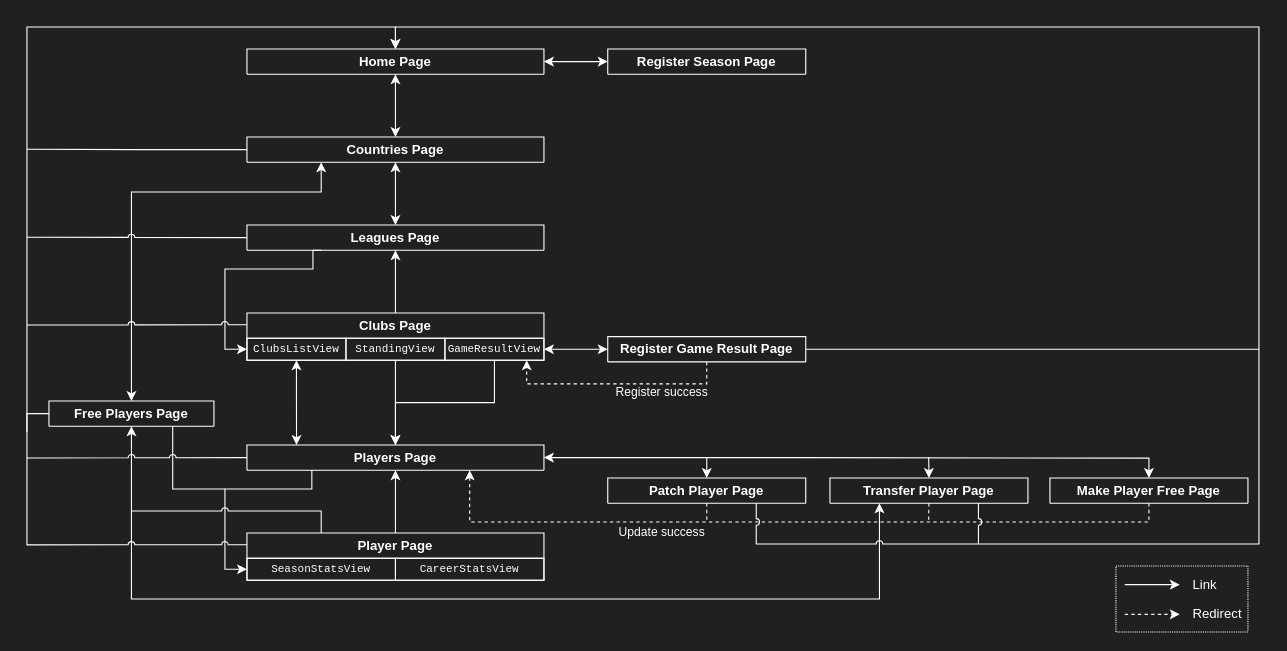
Earlier version of the draw.io diagram docs/PageTransitionDiagram.drawio (AijiY/StatsManagement_react). Source tidied: cells renumbered, new cells numbered last; positions are measured from the earlier drawing's top-left corner, leaving out a move shared by most shapes. Both pictures are drawn from the tidied source at 110%, with x=0, y=0 at pixel (26, 26).
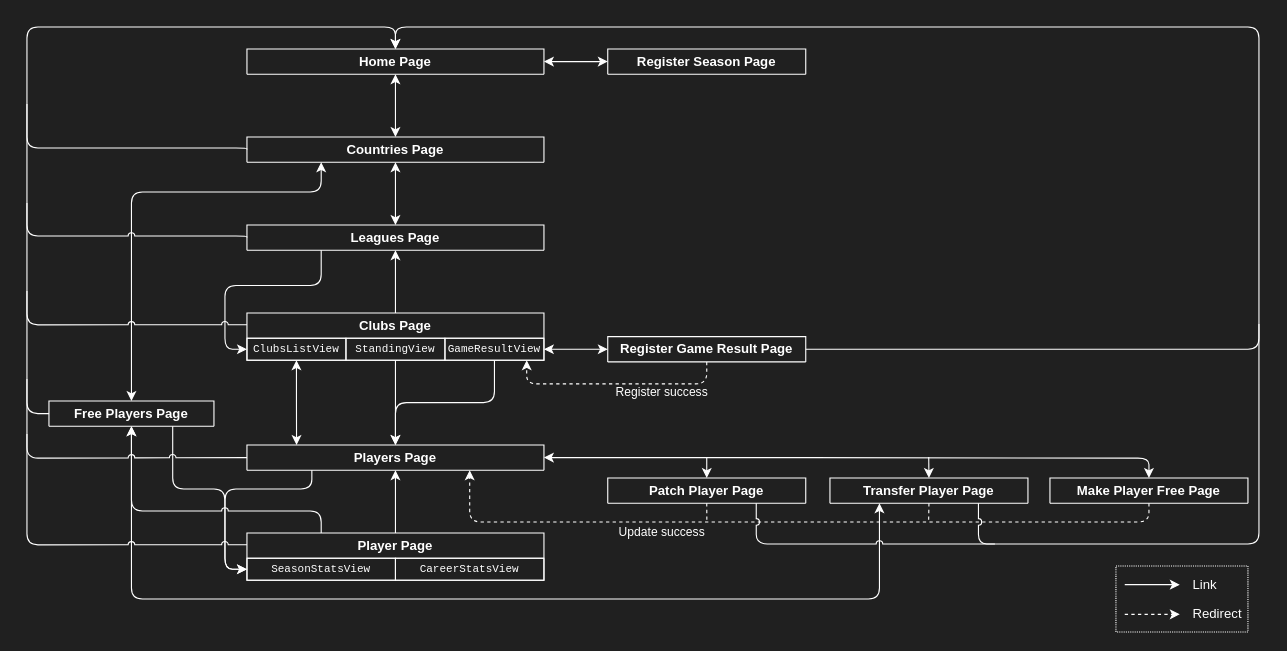
The same page after the edit.

Commit message (it also covers changes not shown here):
修正：ページ遷移図の角を丸に

Unchanged cells that the change refers to:
```xml
<mxCell id="4" value="Clubs Page" style="swimlane;whiteSpace=wrap;html=1;fillColor=none;fontColor=#ffffff;strokeColor=#ffffff;" parent="1" vertex="1">
  <mxGeometry x="200" y="260" width="270" height="43" as="geometry" />
</mxCell>
<mxCell id="5" value="&lt;div style=&quot;font-family: Consolas, &amp;quot;Courier New&amp;quot;, monospace; font-size: 10px; line-height: 100%; white-space: pre;&quot;&gt;&lt;span style=&quot;font-size: 10px;&quot;&gt;ClubsListView&lt;/span&gt;&lt;/div&gt;" style="rounded=0;whiteSpace=wrap;html=1;strokeWidth=1;fontSize=10;fontColor=#ffffff;fillColor=none;labelBackgroundColor=none;strokeColor=#ffffff;" parent="4" vertex="1">
  <mxGeometry y="23" width="90" height="20" as="geometry" />
</mxCell>
<mxCell id="7" value="&lt;div style=&quot;font-family: Consolas, &amp;quot;Courier New&amp;quot;, monospace; font-size: 10px; line-height: 100%; white-space: pre;&quot;&gt;&lt;span style=&quot;font-size: 10px;&quot;&gt;GameResultView&lt;/span&gt;&lt;/div&gt;" style="rounded=0;whiteSpace=wrap;html=1;strokeWidth=1;fontSize=10;fontColor=#ffffff;fillColor=none;labelBackgroundColor=none;strokeColor=#ffffff;" parent="4" vertex="1">
  <mxGeometry x="180" y="23" width="90" height="20" as="geometry" />
</mxCell>
<mxCell id="10" value="Home Page" style="swimlane;whiteSpace=wrap;html=1;fillColor=none;fontColor=#ffffff;strokeColor=#ffffff;" parent="1" vertex="1">
  <mxGeometry x="200" y="20" width="270" height="23" as="geometry" />
</mxCell>
<mxCell id="13" value="Countries Page" style="swimlane;whiteSpace=wrap;html=1;fillColor=none;fontColor=#ffffff;strokeColor=#ffffff;" parent="1" vertex="1">
  <mxGeometry x="200" y="100" width="270" height="23" as="geometry" />
</mxCell>
<mxCell id="16" value="Leagues Page" style="swimlane;whiteSpace=wrap;html=1;fillColor=none;fontColor=#ffffff;strokeColor=#ffffff;" parent="1" vertex="1">
  <mxGeometry x="200" y="180" width="270" height="23" as="geometry" />
</mxCell>
<mxCell id="17" value="Register Game Result Page" style="swimlane;whiteSpace=wrap;html=1;fillColor=none;fontColor=#ffffff;strokeColor=#ffffff;" parent="1" vertex="1">
  <mxGeometry x="528" y="281.5" width="180" height="23" as="geometry" />
</mxCell>
<mxCell id="20" value="Players Page" style="swimlane;whiteSpace=wrap;html=1;fillColor=none;fontColor=#ffffff;strokeColor=#ffffff;" parent="1" vertex="1">
  <mxGeometry x="200" y="380" width="270" height="23" as="geometry" />
</mxCell>
<mxCell id="24" value="Player Page" style="swimlane;whiteSpace=wrap;html=1;fillColor=none;fontColor=#ffffff;strokeColor=#ffffff;labelBackgroundColor=none;" parent="1" vertex="1">
  <mxGeometry x="200" y="460" width="270" height="43" as="geometry" />
</mxCell>
<mxCell id="25" value="&lt;div style=&quot;font-family: Consolas, &amp;quot;Courier New&amp;quot;, monospace; font-size: 10px; line-height: 100%; white-space: pre;&quot;&gt;&lt;span style=&quot;&quot;&gt;SeasonStatsView&lt;/span&gt;&lt;/div&gt;" style="rounded=0;whiteSpace=wrap;html=1;strokeWidth=1;fontSize=10;fontColor=#ffffff;fillColor=none;labelBackgroundColor=none;strokeColor=#ffffff;" parent="24" vertex="1">
  <mxGeometry y="23" width="135" height="20" as="geometry" />
</mxCell>
<mxCell id="37" value="Patch Player Page" style="swimlane;whiteSpace=wrap;html=1;fillColor=none;fontColor=#ffffff;strokeColor=#ffffff;" parent="1" vertex="1">
  <mxGeometry x="528" y="410" width="180" height="23" as="geometry" />
</mxCell>
<mxCell id="38" value="Make Player Free Page" style="swimlane;whiteSpace=wrap;html=1;fillColor=none;fontColor=#ffffff;strokeColor=#ffffff;" parent="1" vertex="1">
  <mxGeometry x="930" y="410" width="180" height="23" as="geometry" />
</mxCell>
<mxCell id="41" value="Transfer Player Page" style="swimlane;whiteSpace=wrap;html=1;fillColor=none;fontColor=#ffffff;strokeColor=#ffffff;" parent="1" vertex="1">
  <mxGeometry x="730" y="410" width="180" height="23" as="geometry" />
</mxCell>
<mxCell id="46" value="Free Players Page" style="swimlane;whiteSpace=wrap;html=1;fillColor=none;fontColor=#ffffff;strokeColor=#ffffff;" parent="1" vertex="1">
  <mxGeometry x="20" y="340" width="150" height="23" as="geometry" />
</mxCell>
```

Change to the diagram source:
```diff
@@
-    <mxCell id="2" style="edgeStyle=orthogonalEdgeStyle;shape=connector;rounded=0;jettySize=auto;html=1;exitX=0.5;exitY=1;exitDx=0;exitDy=0;entryX=0.25;entryY=1;entryDx=0;entryDy=0;strokeColor=#ffffff;align=center;verticalAlign=middle;fontFamily=Helvetica;fontSize=11;fontColor=#ffffff;labelBackgroundColor=default;startArrow=classic;startFill=1;endArrow=classic;endFill=1;" parent="1" edge="1" source="46" target="41">
+    <mxCell id="2" style="edgeStyle=orthogonalEdgeStyle;shape=connector;rounded=1;jettySize=auto;html=1;exitX=0.5;exitY=1;exitDx=0;exitDy=0;entryX=0.25;entryY=1;entryDx=0;entryDy=0;strokeColor=#ffffff;align=center;verticalAlign=middle;fontFamily=Helvetica;fontSize=11;fontColor=#ffffff;labelBackgroundColor=default;startArrow=classic;startFill=1;endArrow=classic;endFill=1;curved=0;" parent="1" edge="1" source="46" target="41">
       <mxGeometry relative="1" as="geometry">
         <Array as="points">
           <mxPoint x="95" y="520" />
           <mxPoint x="775" y="520" />
         </Array>
       </mxGeometry>
     </mxCell>
-    <mxCell id="3" style="edgeStyle=orthogonalEdgeStyle;shape=connector;rounded=0;jettySize=auto;html=1;exitX=0.25;exitY=1;exitDx=0;exitDy=0;entryX=0.5;entryY=0;entryDx=0;entryDy=0;strokeColor=#ffffff;align=center;verticalAlign=middle;fontFamily=Helvetica;fontSize=11;fontColor=#ffffff;labelBackgroundColor=default;startArrow=classic;startFill=1;endArrow=classic;endFill=1;" parent="1" edge="1" source="13" target="46">
+    <mxCell id="3" style="edgeStyle=orthogonalEdgeStyle;shape=connector;rounded=1;jettySize=auto;html=1;exitX=0.25;exitY=1;exitDx=0;exitDy=0;entryX=0.5;entryY=0;entryDx=0;entryDy=0;strokeColor=#ffffff;align=center;verticalAlign=middle;fontFamily=Helvetica;fontSize=11;fontColor=#ffffff;labelBackgroundColor=default;startArrow=classic;startFill=1;endArrow=classic;endFill=1;curved=0;" parent="1" edge="1" source="13" target="46">
       <mxGeometry relative="1" as="geometry">
         <Array as="points">
           <mxPoint x="268" y="150" />
           <mxPoint x="95" y="150" />
         </Array>
       </mxGeometry>
     </mxCell>
@@
-    <mxCell id="14" style="edgeStyle=orthogonalEdgeStyle;rounded=0;jettySize=auto;html=1;exitX=0.25;exitY=1;exitDx=0;exitDy=0;entryX=0;entryY=0.5;entryDx=0;entryDy=0;strokeColor=#ffffff;fontColor=#ffffff;" parent="1" edge="1" source="16" target="5">
+    <mxCell id="14" style="edgeStyle=orthogonalEdgeStyle;rounded=1;jettySize=auto;html=1;exitX=0.25;exitY=1;exitDx=0;exitDy=0;entryX=0;entryY=0.5;entryDx=0;entryDy=0;strokeColor=#ffffff;fontColor=#ffffff;curved=0;" parent="1" edge="1" source="16" target="5">
       <mxGeometry relative="1" as="geometry">
         <Array as="points">
-          <mxPoint x="260" y="203" />
-          <mxPoint x="260" y="220" />
-          <mxPoint x="180" y="220" />
+          <mxPoint x="268" y="235" />
+          <mxPoint x="180" y="235" />
           <mxPoint x="180" y="293" />
         </Array>
       </mxGeometry>
     </mxCell>
@@
-    <mxCell id="18" style="edgeStyle=orthogonalEdgeStyle;rounded=0;jettySize=auto;html=1;entryX=0;entryY=0.5;entryDx=0;entryDy=0;strokeColor=#ffffff;fontColor=#ffffff;" parent="1" edge="1" target="25">
+    <mxCell id="18" style="edgeStyle=orthogonalEdgeStyle;rounded=1;jettySize=auto;html=1;entryX=0;entryY=0.5;entryDx=0;entryDy=0;strokeColor=#ffffff;fontColor=#ffffff;curved=0;" parent="1" edge="1" target="25">
       <mxGeometry relative="1" as="geometry">
         <mxPoint x="259" y="403" as="sourcePoint" />
         <Array as="points">
           <mxPoint x="259" y="420" />
           <mxPoint x="180" y="420" />
           <mxPoint x="180" y="493" />
         </Array>
       </mxGeometry>
     </mxCell>
-    <mxCell id="19" style="edgeStyle=orthogonalEdgeStyle;shape=connector;rounded=0;jettySize=auto;html=1;exitX=1;exitY=0.5;exitDx=0;exitDy=0;entryX=0.5;entryY=0;entryDx=0;entryDy=0;strokeColor=#ffffff;align=center;verticalAlign=middle;fontFamily=Helvetica;fontSize=11;fontColor=#ffffff;labelBackgroundColor=default;startArrow=classic;startFill=1;endArrow=classic;endFill=1;" parent="1" edge="1" source="20" target="38">
+    <mxCell id="19" style="edgeStyle=orthogonalEdgeStyle;shape=connector;rounded=1;jettySize=auto;html=1;exitX=1;exitY=0.5;exitDx=0;exitDy=0;entryX=0.5;entryY=0;entryDx=0;entryDy=0;strokeColor=#ffffff;align=center;verticalAlign=middle;fontFamily=Helvetica;fontSize=11;fontColor=#ffffff;labelBackgroundColor=default;startArrow=classic;startFill=1;endArrow=classic;endFill=1;curved=0;" parent="1" edge="1" source="20" target="38">
       <mxGeometry relative="1" as="geometry">
         <Array as="points">
           <mxPoint x="700" y="391" />
           <mxPoint x="1020" y="392" />
         </Array>
       </mxGeometry>
     </mxCell>
@@
-    <mxCell id="21" style="edgeStyle=orthogonalEdgeStyle;rounded=0;jettySize=auto;html=1;exitX=0;exitY=0.25;exitDx=0;exitDy=0;entryX=0.5;entryY=0;entryDx=0;entryDy=0;jumpStyle=arc;strokeColor=#ffffff;fontColor=#ffffff;" parent="1" edge="1" source="24" target="10">
+    <mxCell id="21" style="edgeStyle=orthogonalEdgeStyle;rounded=1;jettySize=auto;html=1;exitX=0;exitY=0.25;exitDx=0;exitDy=0;entryX=0.5;entryY=0;entryDx=0;entryDy=0;jumpStyle=arc;strokeColor=#ffffff;fontColor=#ffffff;curved=0;" parent="1" edge="1" source="24" target="10">
       <mxGeometry relative="1" as="geometry">
         <Array as="points">
           <mxPoint y="471" />
           <mxPoint />
           <mxPoint x="335" />
         </Array>
       </mxGeometry>
     </mxCell>
@@
-    <mxCell id="23" style="edgeStyle=orthogonalEdgeStyle;shape=connector;rounded=0;jettySize=auto;html=1;exitX=0.25;exitY=0;exitDx=0;exitDy=0;strokeColor=#ffffff;align=center;verticalAlign=middle;fontFamily=Helvetica;fontSize=11;fontColor=#ffffff;labelBackgroundColor=default;startArrow=none;startFill=0;endArrow=none;endFill=0;jumpStyle=arc;" parent="1" edge="1" source="24">
-      <mxGeometry relative="1" as="geometry">
-        <mxPoint x="95" y="440" as="targetPoint" />
-        <Array as="points">
-          <mxPoint x="268" y="440" />
-        </Array>
-      </mxGeometry>
-    </mxCell>
@@
-    <mxCell id="27" style="edgeStyle=orthogonalEdgeStyle;rounded=0;jettySize=auto;html=1;exitX=0.5;exitY=1;exitDx=0;exitDy=0;entryX=0.826;entryY=1.002;entryDx=0;entryDy=0;entryPerimeter=0;strokeColor=#ffffff;fontColor=#ffffff;dashed=1;" parent="1" edge="1" source="17" target="7">
+    <mxCell id="27" style="edgeStyle=orthogonalEdgeStyle;rounded=1;jettySize=auto;html=1;exitX=0.5;exitY=1;exitDx=0;exitDy=0;entryX=0.826;entryY=1.002;entryDx=0;entryDy=0;entryPerimeter=0;strokeColor=#ffffff;fontColor=#ffffff;dashed=1;curved=0;" parent="1" edge="1" source="17" target="7">
       <mxGeometry relative="1" as="geometry" />
     </mxCell>
@@
-    <mxCell id="43" style="edgeStyle=orthogonalEdgeStyle;shape=connector;rounded=0;jettySize=auto;html=1;exitX=0.5;exitY=1;exitDx=0;exitDy=0;entryX=0.5;entryY=0;entryDx=0;entryDy=0;strokeColor=#ffffff;align=center;verticalAlign=middle;fontFamily=Helvetica;fontSize=11;fontColor=#ffffff;labelBackgroundColor=none;endArrow=classic;" parent="1" edge="1" source="7" target="20">
+    <mxCell id="43" style="edgeStyle=orthogonalEdgeStyle;shape=connector;rounded=1;jettySize=auto;html=1;exitX=0.5;exitY=1;exitDx=0;exitDy=0;entryX=0.5;entryY=0;entryDx=0;entryDy=0;strokeColor=#ffffff;align=center;verticalAlign=middle;fontFamily=Helvetica;fontSize=11;fontColor=#ffffff;labelBackgroundColor=none;endArrow=classic;curved=0;" parent="1" edge="1" source="7" target="20">
       <mxGeometry relative="1" as="geometry" />
     </mxCell>
-    <mxCell id="44" style="edgeStyle=orthogonalEdgeStyle;shape=connector;rounded=0;jettySize=auto;html=1;exitX=0;exitY=0.5;exitDx=0;exitDy=0;strokeColor=#ffffff;align=center;verticalAlign=middle;fontFamily=Helvetica;fontSize=11;fontColor=#ffffff;labelBackgroundColor=default;startArrow=none;startFill=0;endArrow=none;endFill=0;" parent="1" edge="1" source="46">
+    <mxCell id="44" style="edgeStyle=orthogonalEdgeStyle;shape=connector;rounded=1;jettySize=auto;html=1;exitX=0;exitY=0.5;exitDx=0;exitDy=0;strokeColor=#ffffff;align=center;verticalAlign=middle;fontFamily=Helvetica;fontSize=11;fontColor=#ffffff;labelBackgroundColor=default;startArrow=none;startFill=0;endArrow=none;endFill=0;curved=0;" parent="1" edge="1" source="46">
       <mxGeometry relative="1" as="geometry">
-        <mxPoint y="368.3" as="targetPoint" />
+        <mxPoint y="320" as="targetPoint" />
       </mxGeometry>
     </mxCell>
-    <mxCell id="45" style="edgeStyle=orthogonalEdgeStyle;shape=connector;rounded=0;jettySize=auto;html=1;exitX=0.75;exitY=1;exitDx=0;exitDy=0;strokeColor=#ffffff;align=center;verticalAlign=middle;fontFamily=Helvetica;fontSize=11;fontColor=#ffffff;labelBackgroundColor=default;startArrow=none;startFill=0;endArrow=none;endFill=0;" parent="1" edge="1" source="46">
-      <mxGeometry relative="1" as="geometry">
-        <mxPoint x="180" y="420" as="targetPoint" />
-        <Array as="points">
-          <mxPoint x="133" y="420" />
-        </Array>
-      </mxGeometry>
-    </mxCell>
+    <mxCell id="57" style="edgeStyle=orthogonalEdgeStyle;rounded=1;jettySize=auto;html=1;exitX=0.75;exitY=1;exitDx=0;exitDy=0;entryX=0;entryY=0.5;entryDx=0;entryDy=0;strokeColor=#ffffff;curved=0;" parent="1" edge="1" source="46" target="25">
+      <mxGeometry relative="1" as="geometry">
+        <Array as="points">
+          <mxPoint x="133" y="420" />
+          <mxPoint x="180" y="420" />
+          <mxPoint x="180" y="493" />
+        </Array>
+      </mxGeometry>
+    </mxCell>
+    <mxCell id="58" style="edgeStyle=orthogonalEdgeStyle;rounded=1;jettySize=auto;html=1;exitX=0.5;exitY=1;exitDx=0;exitDy=0;entryX=0.25;entryY=0;entryDx=0;entryDy=0;strokeColor=#ffffff;curved=0;endArrow=none;endFill=0;startArrow=classic;startFill=1;jumpStyle=arc;" parent="1" edge="1" source="46" target="24">
+      <mxGeometry relative="1" as="geometry">
+        <Array as="points">
+          <mxPoint x="95" y="440" />
+          <mxPoint x="268" y="440" />
+        </Array>
+      </mxGeometry>
+    </mxCell>
@@
-    <mxCell id="47" style="edgeStyle=orthogonalEdgeStyle;shape=connector;rounded=0;jettySize=auto;html=1;exitX=0.5;exitY=1;exitDx=0;exitDy=0;entryX=0.75;entryY=1;entryDx=0;entryDy=0;strokeColor=#ffffff;align=center;verticalAlign=middle;fontFamily=Helvetica;fontSize=11;fontColor=#ffffff;labelBackgroundColor=default;startArrow=none;startFill=0;endArrow=classic;endFill=1;dashed=1;" parent="1" edge="1" source="38" target="20">
+    <mxCell id="47" style="edgeStyle=orthogonalEdgeStyle;shape=connector;rounded=1;jettySize=auto;html=1;exitX=0.5;exitY=1;exitDx=0;exitDy=0;entryX=0.75;entryY=1;entryDx=0;entryDy=0;strokeColor=#ffffff;align=center;verticalAlign=middle;fontFamily=Helvetica;fontSize=11;fontColor=#ffffff;labelBackgroundColor=default;startArrow=none;startFill=0;endArrow=classic;endFill=1;dashed=1;curved=0;" parent="1" edge="1" source="38" target="20">
       <mxGeometry relative="1" as="geometry">
         <Array as="points">
           <mxPoint x="1020" y="450" />
           <mxPoint x="402" y="450" />
         </Array>
       </mxGeometry>
     </mxCell>
@@
-    <mxCell id="50" style="edgeStyle=orthogonalEdgeStyle;shape=connector;rounded=0;jettySize=auto;html=1;exitX=0;exitY=0.5;exitDx=0;exitDy=0;strokeColor=#ffffff;align=center;verticalAlign=middle;fontFamily=Helvetica;fontSize=11;fontColor=#ffffff;labelBackgroundColor=default;startArrow=none;startFill=0;endArrow=none;endFill=0;" parent="1" edge="1" source="13">
+    <mxCell id="50" style="edgeStyle=orthogonalEdgeStyle;shape=connector;rounded=1;jettySize=auto;html=1;exitX=0;exitY=0.5;exitDx=0;exitDy=0;strokeColor=#ffffff;align=center;verticalAlign=middle;fontFamily=Helvetica;fontSize=11;fontColor=#ffffff;labelBackgroundColor=default;startArrow=none;startFill=0;endArrow=none;endFill=0;curved=0;" parent="1" edge="1" source="13">
       <mxGeometry relative="1" as="geometry">
-        <mxPoint y="111.2" as="targetPoint" />
+        <mxPoint y="70" as="targetPoint" />
+        <Array as="points">
+          <mxPoint y="110" />
+        </Array>
       </mxGeometry>
     </mxCell>
-    <mxCell id="51" style="edgeStyle=orthogonalEdgeStyle;shape=connector;rounded=0;jettySize=auto;html=1;exitX=0;exitY=0.5;exitDx=0;exitDy=0;strokeColor=#ffffff;align=center;verticalAlign=middle;fontFamily=Helvetica;fontSize=11;fontColor=#ffffff;labelBackgroundColor=default;startArrow=none;startFill=0;endArrow=none;endFill=0;jumpStyle=arc;" parent="1" edge="1" source="16">
+    <mxCell id="51" style="edgeStyle=orthogonalEdgeStyle;shape=connector;rounded=1;jettySize=auto;html=1;exitX=0;exitY=0.5;exitDx=0;exitDy=0;strokeColor=#ffffff;align=center;verticalAlign=middle;fontFamily=Helvetica;fontSize=11;fontColor=#ffffff;labelBackgroundColor=default;startArrow=none;startFill=0;endArrow=none;endFill=0;jumpStyle=arc;curved=0;" parent="1" edge="1" source="16">
       <mxGeometry relative="1" as="geometry">
-        <mxPoint y="191.2" as="targetPoint" />
+        <mxPoint y="160" as="targetPoint" />
+        <Array as="points">
+          <mxPoint x="200" y="190" />
+          <mxPoint y="190" />
+        </Array>
       </mxGeometry>
     </mxCell>
-    <mxCell id="52" style="edgeStyle=orthogonalEdgeStyle;shape=connector;rounded=0;jettySize=auto;html=1;exitX=0;exitY=0.25;exitDx=0;exitDy=0;strokeColor=#ffffff;align=center;verticalAlign=middle;fontFamily=Helvetica;fontSize=11;fontColor=#ffffff;labelBackgroundColor=default;startArrow=none;startFill=0;endArrow=none;endFill=0;jumpStyle=arc;" parent="1" edge="1" source="4">
+    <mxCell id="52" style="edgeStyle=orthogonalEdgeStyle;shape=connector;rounded=1;jettySize=auto;html=1;exitX=0;exitY=0.25;exitDx=0;exitDy=0;strokeColor=#ffffff;align=center;verticalAlign=middle;fontFamily=Helvetica;fontSize=11;fontColor=#ffffff;labelBackgroundColor=default;startArrow=none;startFill=0;endArrow=none;endFill=0;jumpStyle=arc;curved=0;" parent="1" edge="1" source="4">
       <mxGeometry relative="1" as="geometry">
-        <mxPoint y="270.9" as="targetPoint" />
+        <mxPoint y="240" as="targetPoint" />
+        <Array as="points">
+          <mxPoint y="271" />
+        </Array>
       </mxGeometry>
     </mxCell>
-    <mxCell id="53" style="edgeStyle=orthogonalEdgeStyle;shape=connector;rounded=0;jettySize=auto;html=1;exitX=0;exitY=0.5;exitDx=0;exitDy=0;strokeColor=#ffffff;align=center;verticalAlign=middle;fontFamily=Helvetica;fontSize=11;fontColor=#ffffff;labelBackgroundColor=default;startArrow=none;startFill=0;endArrow=none;endFill=0;jumpStyle=arc;" parent="1" edge="1" source="20">
+    <mxCell id="53" style="edgeStyle=orthogonalEdgeStyle;shape=connector;rounded=1;jettySize=auto;html=1;exitX=0;exitY=0.5;exitDx=0;exitDy=0;strokeColor=#ffffff;align=center;verticalAlign=middle;fontFamily=Helvetica;fontSize=11;fontColor=#ffffff;labelBackgroundColor=default;startArrow=none;startFill=0;endArrow=none;endFill=0;jumpStyle=arc;curved=0;" parent="1" edge="1" source="20">
       <mxGeometry relative="1" as="geometry">
-        <mxPoint y="391.8" as="targetPoint" />
+        <mxPoint y="370" as="targetPoint" />
+        <Array as="points">
+          <mxPoint x="101" y="392" />
+          <mxPoint y="392" />
+        </Array>
       </mxGeometry>
     </mxCell>
-    <mxCell id="54" style="edgeStyle=orthogonalEdgeStyle;shape=connector;rounded=0;jettySize=auto;html=1;exitX=0.75;exitY=1;exitDx=0;exitDy=0;entryX=0.5;entryY=0;entryDx=0;entryDy=0;strokeColor=#ffffff;align=center;verticalAlign=middle;fontFamily=Helvetica;fontSize=11;fontColor=#ffffff;labelBackgroundColor=default;startArrow=none;startFill=0;endArrow=classic;endFill=1;jumpStyle=arc;" parent="1" edge="1" source="37" target="10">
+    <mxCell id="54" style="edgeStyle=orthogonalEdgeStyle;shape=connector;rounded=1;jettySize=auto;html=1;exitX=0.75;exitY=1;exitDx=0;exitDy=0;entryX=0.5;entryY=0;entryDx=0;entryDy=0;strokeColor=#ffffff;align=center;verticalAlign=middle;fontFamily=Helvetica;fontSize=11;fontColor=#ffffff;labelBackgroundColor=default;startArrow=none;startFill=0;endArrow=classic;endFill=1;jumpStyle=arc;curved=0;" parent="1" edge="1" source="37" target="10">
       <mxGeometry relative="1" as="geometry">
         <Array as="points">
           <mxPoint x="663" y="470" />
           <mxPoint x="1120" y="470" />
           <mxPoint x="1120" />
           <mxPoint x="335" />
         </Array>
       </mxGeometry>
     </mxCell>
-    <mxCell id="55" style="edgeStyle=orthogonalEdgeStyle;shape=connector;rounded=0;jettySize=auto;html=1;exitX=1;exitY=0.5;exitDx=0;exitDy=0;strokeColor=#ffffff;align=center;verticalAlign=middle;fontFamily=Helvetica;fontSize=11;fontColor=#ffffff;labelBackgroundColor=default;startArrow=none;startFill=0;endArrow=none;endFill=0;" parent="1" edge="1" source="17">
+    <mxCell id="55" style="edgeStyle=orthogonalEdgeStyle;shape=connector;rounded=1;jettySize=auto;html=1;exitX=1;exitY=0.5;exitDx=0;exitDy=0;strokeColor=#ffffff;align=center;verticalAlign=middle;fontFamily=Helvetica;fontSize=11;fontColor=#ffffff;labelBackgroundColor=default;startArrow=none;startFill=0;endArrow=none;endFill=0;curved=0;" parent="1" edge="1" source="17">
       <mxGeometry relative="1" as="geometry">
-        <mxPoint x="1120" y="293" as="targetPoint" />
+        <mxPoint x="1120" y="270" as="targetPoint" />
+        <Array as="points">
+          <mxPoint x="1120" y="293" />
+        </Array>
       </mxGeometry>
     </mxCell>
-    <mxCell id="56" style="edgeStyle=orthogonalEdgeStyle;shape=connector;rounded=0;jettySize=auto;html=1;exitX=0.75;exitY=1;exitDx=0;exitDy=0;strokeColor=#ffffff;align=center;verticalAlign=middle;fontFamily=Helvetica;fontSize=11;fontColor=#ffffff;labelBackgroundColor=default;startArrow=none;startFill=0;endArrow=none;endFill=0;jumpStyle=arc;" parent="1" edge="1" source="41">
+    <mxCell id="56" style="edgeStyle=orthogonalEdgeStyle;shape=connector;rounded=1;jettySize=auto;html=1;exitX=0.75;exitY=1;exitDx=0;exitDy=0;strokeColor=#ffffff;align=center;verticalAlign=middle;fontFamily=Helvetica;fontSize=11;fontColor=#ffffff;labelBackgroundColor=default;startArrow=none;startFill=0;endArrow=none;endFill=0;jumpStyle=arc;curved=0;" parent="1" edge="1" source="41">
       <mxGeometry relative="1" as="geometry">
-        <mxPoint x="865" y="470" as="targetPoint" />
+        <mxPoint x="880" y="470" as="targetPoint" />
+        <Array as="points">
+          <mxPoint x="865" y="470" />
+        </Array>
       </mxGeometry>
     </mxCell>
```
